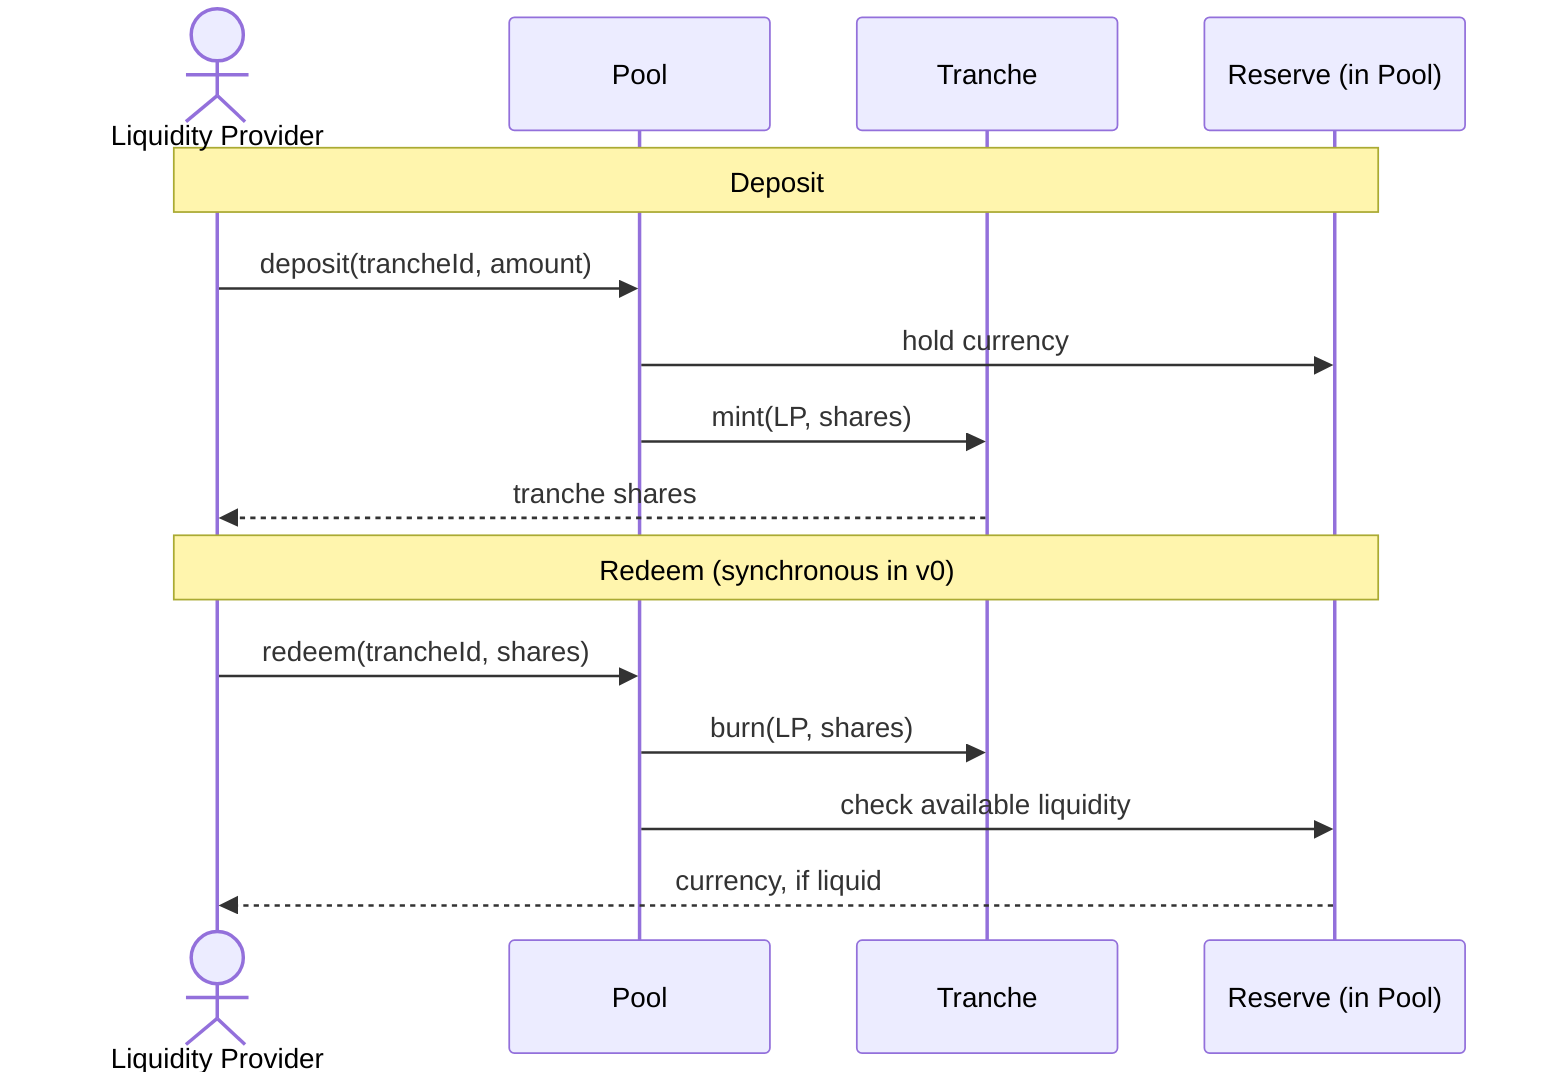
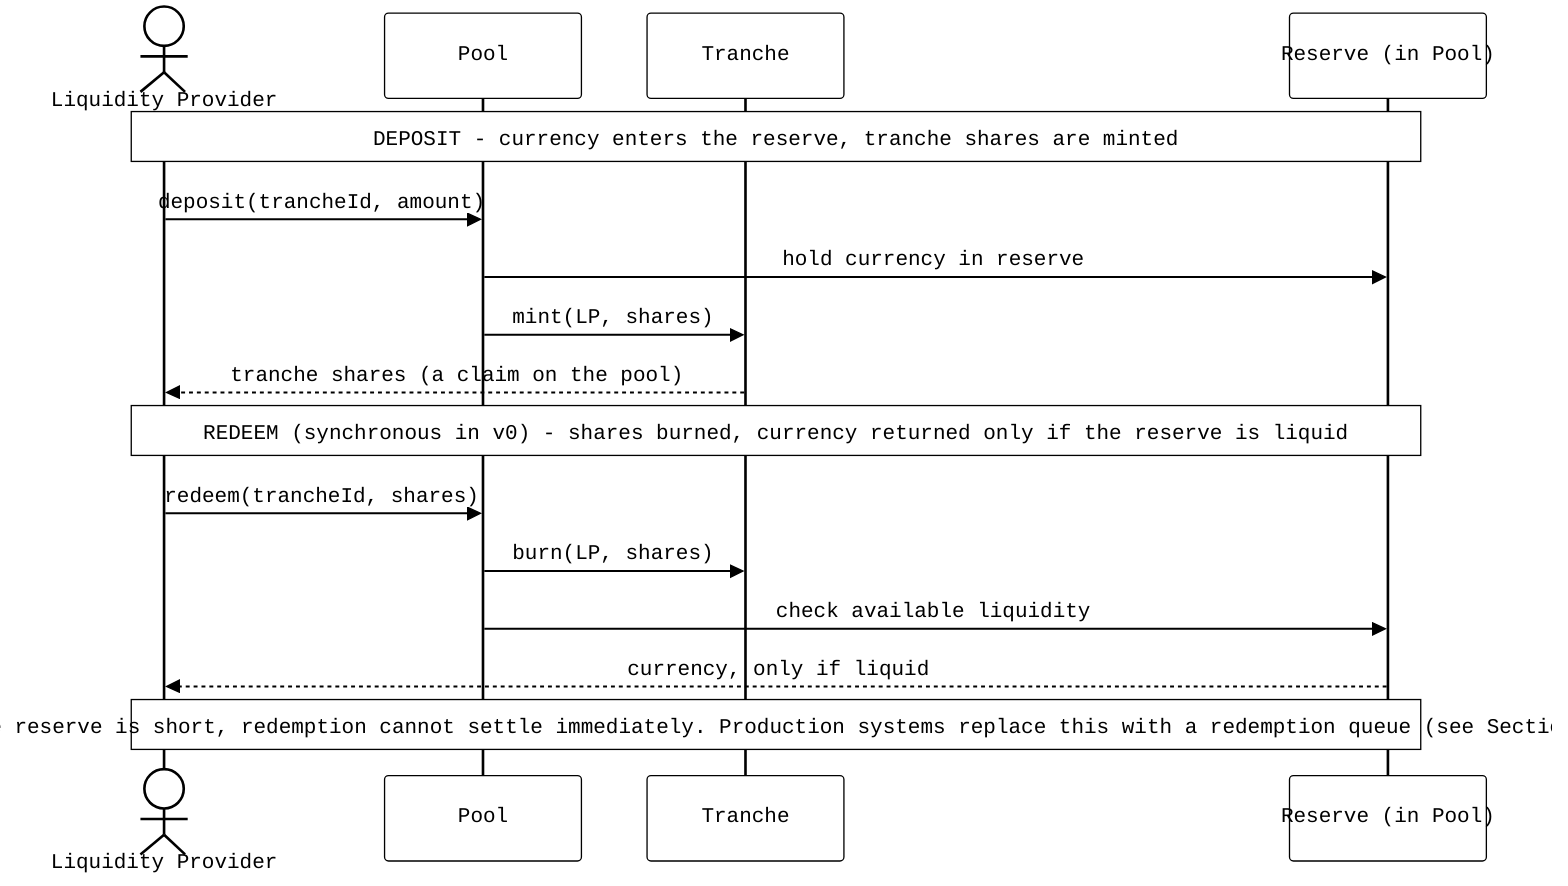
- %% Hooke-Centrifuge — LP capital flow (deposit / redeem).
+ %%{init: {'theme':'base','themeVariables':{'primaryColor':'#ffffff','primaryTextColor':'#000000','primaryBorderColor':'#000000','lineColor':'#000000','fontFamily':'monospace','actorBkg':'#ffffff','actorBorder':'#000000','actorTextColor':'#000000','actorLineColor':'#000000','signalColor':'#000000','signalTextColor':'#000000','noteBkgColor':'#ffffff','noteBorderColor':'#000000','noteTextColor':'#000000','labelBoxBkgColor':'#ffffff','labelBoxBorderColor':'#000000','labelTextColor':'#000000','activationBkgColor':'#ffffff','activationBorderColor':'#000000'}}}%%
+ %% Hooke-Centrifuge - liquidity-provider capital flow (deposit / redeem).
sequenceDiagram
  actor LP as Liquidity Provider
  participant Pool
  participant Tranche
  participant Reserve as Reserve (in Pool)

-   Note over LP,Reserve: Deposit
+   Note over LP,Reserve: DEPOSIT - currency enters the reserve, tranche shares are minted
  LP->>Pool: deposit(trancheId, amount)
-   Pool->>Reserve: hold currency
+   Pool->>Reserve: hold currency in reserve
  Pool->>Tranche: mint(LP, shares)
-   Tranche-->>LP: tranche shares
+   Tranche-->>LP: tranche shares (a claim on the pool)

-   Note over LP,Reserve: Redeem (synchronous in v0)
+   Note over LP,Reserve: REDEEM (synchronous in v0) - shares burned, currency returned only if the reserve is liquid
  LP->>Pool: redeem(trancheId, shares)
  Pool->>Tranche: burn(LP, shares)
  Pool->>Reserve: check available liquidity
-   Reserve-->>LP: currency, if liquid
+   Reserve-->>LP: currency, only if liquid
+ 
+   Note over LP,Reserve: If the reserve is short, redemption cannot settle immediately. Production systems replace this with a redemption queue (see Section 7).
